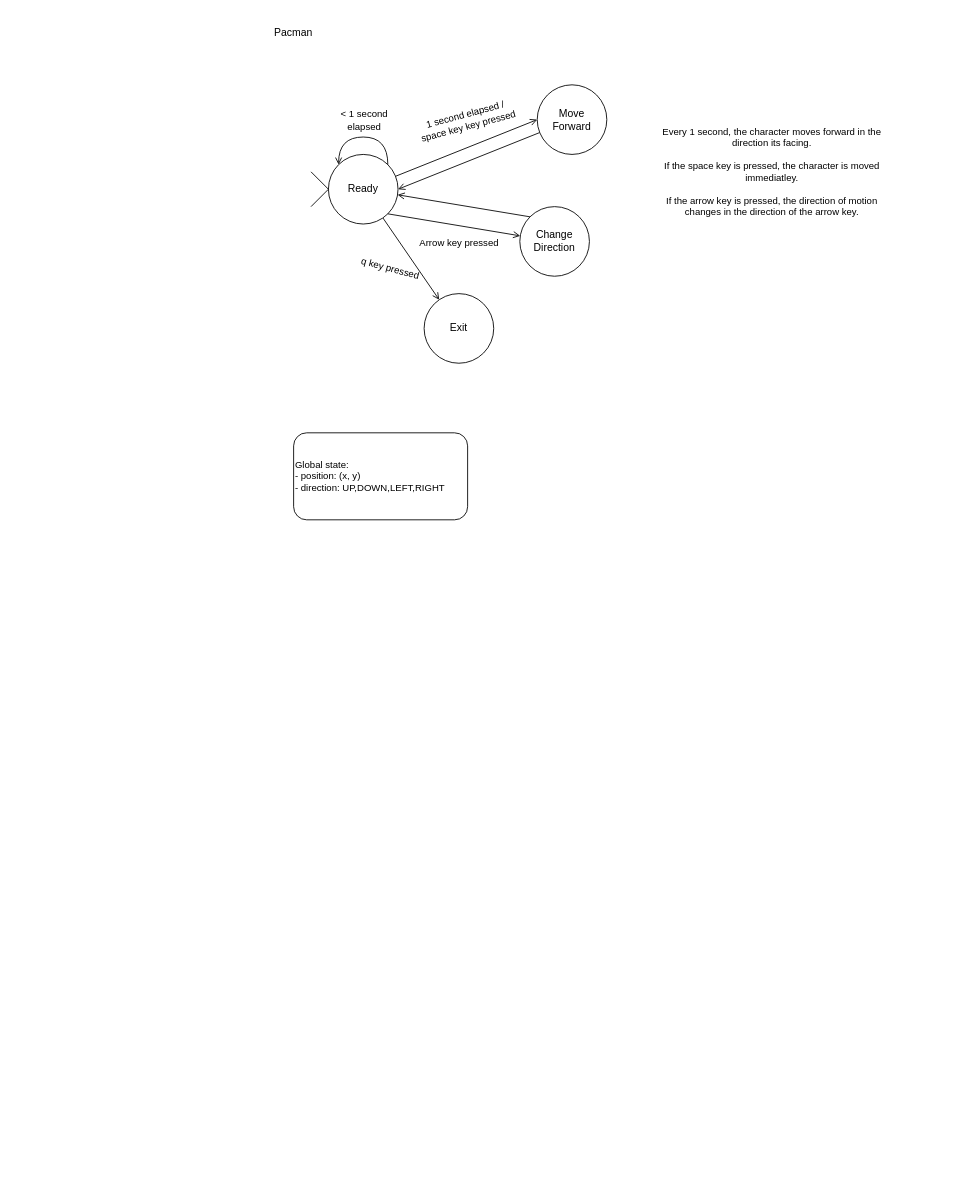
Before: State-machine.drawio in asuyer-wpi/FSM-Simulation, a draw.io diagram. Source tidied: cells renumbered, new cells numbered last; positions are measured from the earlier drawing's top-left corner, leaving out a move shared by most shapes. Both pictures are drawn from the tidied source at 87%, with x=0, y=0 at pixel (258, 15).
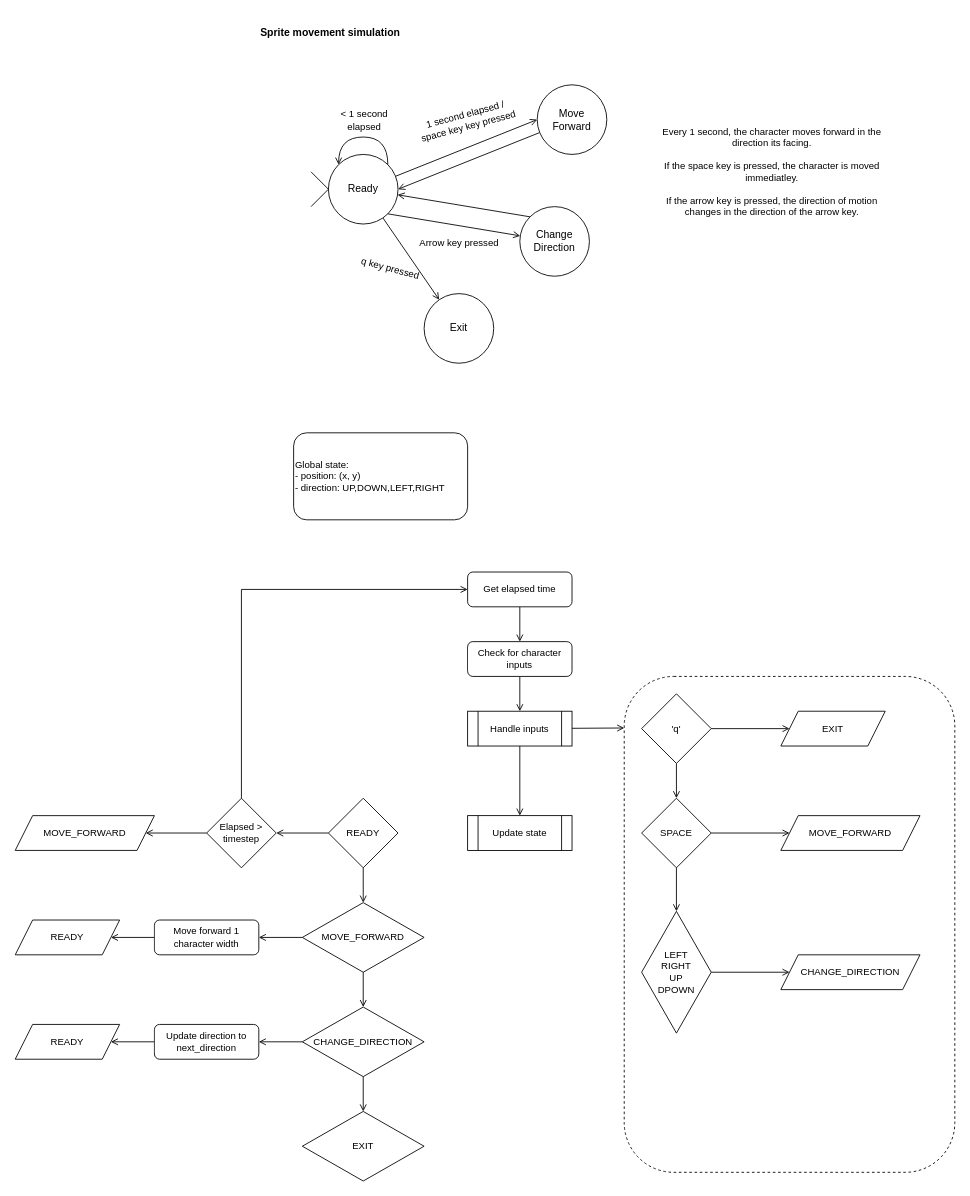
The same diagram, later.

Commit message (it also covers changes not shown here):
Made dedicated functions for handling inputs and state actions

Change to the diagram source:
```diff
@@
+    <mxCell id="21" style="rounded=1;whiteSpace=wrap;html=1;fontFamily=Helvetica;fontSize=11;fontColor=default;labelBackgroundColor=default;fillColor=none;dashed=1;" parent="1" vertex="1">
+      <mxGeometry x="420" y="760" width="380" height="570" as="geometry" />
+    </mxCell>
@@
-    <mxCell id="11" value="Pacman" style="text;strokeColor=none;align=center;fillColor=none;html=1;verticalAlign=middle;whiteSpace=wrap;rounded=0;" parent="1" vertex="1">
-      <mxGeometry width="80" height="40" as="geometry" />
+    <mxCell id="11" value="Sprite movement simulation" style="text;strokeColor=none;align=left;fillColor=none;html=1;verticalAlign=middle;whiteSpace=wrap;rounded=0;fontStyle=1;" parent="1" vertex="1">
+      <mxGeometry width="330" height="40" as="geometry" />
     </mxCell>
@@
+    <mxCell id="22" style="edgeStyle=none;shape=connector;rounded=0;jettySize=auto;html=1;strokeColor=default;align=center;verticalAlign=middle;fontFamily=Helvetica;fontSize=11;fontColor=default;labelBackgroundColor=default;endArrow=open;endFill=0;" parent="1" edge="1" source="23" target="25">
+      <mxGeometry relative="1" as="geometry" />
+    </mxCell>
+    <mxCell id="23" value="Get elapsed time" style="rounded=1;whiteSpace=wrap;html=1;fontFamily=Helvetica;fontSize=11;fontColor=default;labelBackgroundColor=default;" parent="1" vertex="1">
+      <mxGeometry x="240" y="640" width="120" height="40" as="geometry" />
+    </mxCell>
+    <mxCell id="24" style="edgeStyle=none;shape=connector;rounded=0;jettySize=auto;html=1;strokeColor=default;align=center;verticalAlign=middle;fontFamily=Helvetica;fontSize=11;fontColor=default;labelBackgroundColor=default;endArrow=open;endFill=0;" parent="1" edge="1" source="25" target="28">
+      <mxGeometry relative="1" as="geometry" />
+    </mxCell>
+    <mxCell id="25" value="Check for character inputs" style="rounded=1;whiteSpace=wrap;html=1;fontFamily=Helvetica;fontSize=11;fontColor=default;labelBackgroundColor=default;" parent="1" vertex="1">
+      <mxGeometry x="240" y="720" width="120" height="40" as="geometry" />
+    </mxCell>
+    <mxCell id="26" style="edgeStyle=none;shape=connector;rounded=0;jettySize=auto;html=1;strokeColor=default;align=center;verticalAlign=middle;fontFamily=Helvetica;fontSize=11;fontColor=default;labelBackgroundColor=default;endArrow=open;endFill=0;entryX=0;entryY=0.104;entryDx=0;entryDy=0;entryPerimeter=0;" parent="1" edge="1" source="28" target="21">
+      <mxGeometry relative="1" as="geometry" />
+    </mxCell>
+    <mxCell id="27" style="edgeStyle=none;shape=connector;rounded=0;jettySize=auto;html=1;strokeColor=default;align=center;verticalAlign=middle;fontFamily=Helvetica;fontSize=11;fontColor=default;labelBackgroundColor=default;endArrow=open;endFill=0;" parent="1" edge="1" source="28" target="40">
+      <mxGeometry relative="1" as="geometry" />
+    </mxCell>
+    <mxCell id="28" value="Handle inputs" style="shape=process;whiteSpace=wrap;html=1;backgroundOutline=1;fontFamily=Helvetica;fontSize=11;fontColor=default;labelBackgroundColor=default;" parent="1" vertex="1">
+      <mxGeometry x="240" y="800" width="120" height="40" as="geometry" />
+    </mxCell>
+    <mxCell id="29" style="edgeStyle=none;shape=connector;rounded=0;jettySize=auto;html=1;strokeColor=default;align=center;verticalAlign=middle;fontFamily=Helvetica;fontSize=11;fontColor=default;labelBackgroundColor=default;endArrow=open;endFill=0;" parent="1" edge="1" source="31" target="32">
+      <mxGeometry relative="1" as="geometry" />
+    </mxCell>
+    <mxCell id="30" style="edgeStyle=none;shape=connector;rounded=0;jettySize=auto;html=1;strokeColor=default;align=center;verticalAlign=middle;fontFamily=Helvetica;fontSize=11;fontColor=default;labelBackgroundColor=default;endArrow=open;endFill=0;" parent="1" edge="1" source="31" target="35">
+      <mxGeometry relative="1" as="geometry" />
+    </mxCell>
+    <mxCell id="31" value="'q'" style="rhombus;whiteSpace=wrap;html=1;fontFamily=Helvetica;fontSize=11;fontColor=default;labelBackgroundColor=default;" parent="1" vertex="1">
+      <mxGeometry x="440" y="780" width="80" height="80" as="geometry" />
+    </mxCell>
+    <mxCell id="32" value="EXIT" style="shape=parallelogram;perimeter=parallelogramPerimeter;whiteSpace=wrap;html=1;fixedSize=1;fontFamily=Helvetica;fontSize=11;fontColor=default;labelBackgroundColor=default;" parent="1" vertex="1">
+      <mxGeometry x="600" y="800" width="120" height="40" as="geometry" />
+    </mxCell>
+    <mxCell id="33" style="edgeStyle=none;shape=connector;rounded=0;jettySize=auto;html=1;strokeColor=default;align=center;verticalAlign=middle;fontFamily=Helvetica;fontSize=11;fontColor=default;labelBackgroundColor=default;endArrow=open;endFill=0;" parent="1" edge="1" source="35" target="36">
+      <mxGeometry relative="1" as="geometry" />
+    </mxCell>
+    <mxCell id="34" style="edgeStyle=none;shape=connector;rounded=0;jettySize=auto;html=1;strokeColor=default;align=center;verticalAlign=middle;fontFamily=Helvetica;fontSize=11;fontColor=default;labelBackgroundColor=default;endArrow=open;endFill=0;" parent="1" edge="1" source="35" target="38">
+      <mxGeometry relative="1" as="geometry" />
+    </mxCell>
+    <mxCell id="35" value="SPACE" style="rhombus;whiteSpace=wrap;html=1;fontFamily=Helvetica;fontSize=11;fontColor=default;labelBackgroundColor=default;" parent="1" vertex="1">
+      <mxGeometry x="440" y="900" width="80" height="80" as="geometry" />
+    </mxCell>
+    <mxCell id="36" value="MOVE_FORWARD" style="shape=parallelogram;perimeter=parallelogramPerimeter;whiteSpace=wrap;html=1;fixedSize=1;fontFamily=Helvetica;fontSize=11;fontColor=default;labelBackgroundColor=default;" parent="1" vertex="1">
+      <mxGeometry x="600" y="920" width="160" height="40" as="geometry" />
+    </mxCell>
+    <mxCell id="37" style="edgeStyle=none;shape=connector;rounded=0;jettySize=auto;html=1;strokeColor=default;align=center;verticalAlign=middle;fontFamily=Helvetica;fontSize=11;fontColor=default;labelBackgroundColor=default;endArrow=open;endFill=0;" parent="1" edge="1" source="38" target="39">
+      <mxGeometry relative="1" as="geometry" />
+    </mxCell>
+    <mxCell id="38" value="LEFT&lt;div&gt;RIGHT&lt;br&gt;UP&lt;br&gt;DPOWN&lt;/div&gt;" style="rhombus;whiteSpace=wrap;html=1;fontFamily=Helvetica;fontSize=11;fontColor=default;labelBackgroundColor=default;" parent="1" vertex="1">
+      <mxGeometry x="440" y="1030" width="80" height="140" as="geometry" />
+    </mxCell>
+    <mxCell id="39" value="CHANGE_DIRECTION" style="shape=parallelogram;perimeter=parallelogramPerimeter;whiteSpace=wrap;html=1;fixedSize=1;fontFamily=Helvetica;fontSize=11;fontColor=default;labelBackgroundColor=default;" parent="1" vertex="1">
+      <mxGeometry x="600" y="1080" width="160" height="40" as="geometry" />
+    </mxCell>
+    <mxCell id="40" value="Update state" style="shape=process;whiteSpace=wrap;html=1;backgroundOutline=1;fontFamily=Helvetica;fontSize=11;fontColor=default;labelBackgroundColor=default;" parent="1" vertex="1">
+      <mxGeometry x="240" y="920" width="120" height="40" as="geometry" />
+    </mxCell>
+    <mxCell id="41" style="edgeStyle=none;shape=connector;rounded=0;jettySize=auto;html=1;strokeColor=default;align=center;verticalAlign=middle;fontFamily=Helvetica;fontSize=11;fontColor=default;labelBackgroundColor=default;endArrow=open;endFill=0;" parent="1" edge="1" source="43" target="46">
+      <mxGeometry relative="1" as="geometry" />
+    </mxCell>
+    <mxCell id="42" style="edgeStyle=none;shape=connector;rounded=0;jettySize=auto;html=1;strokeColor=default;align=center;verticalAlign=middle;fontFamily=Helvetica;fontSize=11;fontColor=default;labelBackgroundColor=default;endArrow=open;endFill=0;" parent="1" edge="1" source="43" target="50">
+      <mxGeometry relative="1" as="geometry" />
+    </mxCell>
+    <mxCell id="43" value="READY" style="rhombus;whiteSpace=wrap;html=1;fontFamily=Helvetica;fontSize=11;fontColor=default;labelBackgroundColor=default;" parent="1" vertex="1">
+      <mxGeometry x="80" y="900" width="80" height="80" as="geometry" />
+    </mxCell>
+    <mxCell id="44" style="edgeStyle=none;shape=connector;rounded=0;jettySize=auto;html=1;strokeColor=default;align=center;verticalAlign=middle;fontFamily=Helvetica;fontSize=11;fontColor=default;labelBackgroundColor=default;endArrow=open;endFill=0;" parent="1" edge="1" source="46" target="47">
+      <mxGeometry relative="1" as="geometry" />
+    </mxCell>
+    <mxCell id="45" style="edgeStyle=none;shape=connector;rounded=0;jettySize=auto;html=1;entryX=0;entryY=0.5;entryDx=0;entryDy=0;strokeColor=default;align=center;verticalAlign=middle;fontFamily=Helvetica;fontSize=11;fontColor=default;labelBackgroundColor=default;endArrow=open;endFill=0;" parent="1" edge="1" source="46" target="23">
+      <mxGeometry relative="1" as="geometry">
+        <Array as="points">
+          <mxPoint x="-20" y="660" />
+        </Array>
+      </mxGeometry>
+    </mxCell>
+    <mxCell id="46" value="Elapsed &amp;gt; timestep" style="rhombus;whiteSpace=wrap;html=1;fontFamily=Helvetica;fontSize=11;fontColor=default;labelBackgroundColor=none;" parent="1" vertex="1">
+      <mxGeometry x="-60" y="900" width="80" height="80" as="geometry" />
+    </mxCell>
+    <mxCell id="47" value="MOVE_FORWARD" style="shape=parallelogram;perimeter=parallelogramPerimeter;whiteSpace=wrap;html=1;fixedSize=1;fontFamily=Helvetica;fontSize=11;fontColor=default;labelBackgroundColor=default;" parent="1" vertex="1">
+      <mxGeometry x="-280" y="920" width="160" height="40" as="geometry" />
+    </mxCell>
+    <mxCell id="48" style="edgeStyle=none;shape=connector;rounded=0;jettySize=auto;html=1;strokeColor=default;align=center;verticalAlign=middle;fontFamily=Helvetica;fontSize=11;fontColor=default;labelBackgroundColor=default;endArrow=open;endFill=0;" parent="1" edge="1" source="50" target="52">
+      <mxGeometry relative="1" as="geometry" />
+    </mxCell>
+    <mxCell id="49" style="edgeStyle=none;shape=connector;rounded=0;jettySize=auto;html=1;strokeColor=default;align=center;verticalAlign=middle;fontFamily=Helvetica;fontSize=11;fontColor=default;labelBackgroundColor=default;endArrow=open;endFill=0;" parent="1" edge="1" source="50" target="56">
+      <mxGeometry relative="1" as="geometry" />
+    </mxCell>
+    <mxCell id="50" value="MOVE_FORWARD" style="rhombus;whiteSpace=wrap;html=1;fontFamily=Helvetica;fontSize=11;fontColor=default;labelBackgroundColor=default;" parent="1" vertex="1">
+      <mxGeometry x="50" y="1020" width="140" height="80" as="geometry" />
+    </mxCell>
+    <mxCell id="51" style="edgeStyle=none;shape=connector;rounded=0;jettySize=auto;html=1;strokeColor=default;align=center;verticalAlign=middle;fontFamily=Helvetica;fontSize=11;fontColor=default;labelBackgroundColor=default;endArrow=open;endFill=0;" parent="1" edge="1" source="52" target="53">
+      <mxGeometry relative="1" as="geometry" />
+    </mxCell>
+    <mxCell id="52" value="Move forward 1 character width" style="rounded=1;whiteSpace=wrap;html=1;fontFamily=Helvetica;fontSize=11;fontColor=default;labelBackgroundColor=default;" parent="1" vertex="1">
+      <mxGeometry x="-120" y="1040" width="120" height="40" as="geometry" />
+    </mxCell>
+    <mxCell id="53" value="READY" style="shape=parallelogram;perimeter=parallelogramPerimeter;whiteSpace=wrap;html=1;fixedSize=1;fontFamily=Helvetica;fontSize=11;fontColor=default;labelBackgroundColor=default;" parent="1" vertex="1">
+      <mxGeometry x="-280" y="1040" width="120" height="40" as="geometry" />
+    </mxCell>
+    <mxCell id="54" style="edgeStyle=none;shape=connector;rounded=0;jettySize=auto;html=1;strokeColor=default;align=center;verticalAlign=middle;fontFamily=Helvetica;fontSize=11;fontColor=default;labelBackgroundColor=default;endArrow=open;endFill=0;" parent="1" edge="1" source="56" target="58">
+      <mxGeometry relative="1" as="geometry" />
+    </mxCell>
+    <mxCell id="55" style="edgeStyle=none;shape=connector;rounded=0;jettySize=auto;html=1;strokeColor=default;align=center;verticalAlign=middle;fontFamily=Helvetica;fontSize=11;fontColor=default;labelBackgroundColor=default;endArrow=open;endFill=0;" parent="1" edge="1" source="56" target="60">
+      <mxGeometry relative="1" as="geometry" />
+    </mxCell>
+    <mxCell id="56" value="CHANGE_DIRECTION" style="rhombus;whiteSpace=wrap;html=1;fontFamily=Helvetica;fontSize=11;fontColor=default;labelBackgroundColor=default;" parent="1" vertex="1">
+      <mxGeometry x="50" y="1140" width="140" height="80" as="geometry" />
+    </mxCell>
+    <mxCell id="57" style="edgeStyle=none;shape=connector;rounded=0;jettySize=auto;html=1;strokeColor=default;align=center;verticalAlign=middle;fontFamily=Helvetica;fontSize=11;fontColor=default;labelBackgroundColor=default;endArrow=open;endFill=0;" parent="1" edge="1" source="58" target="59">
+      <mxGeometry relative="1" as="geometry" />
+    </mxCell>
+    <mxCell id="58" value="Update direction to next_direction" style="rounded=1;whiteSpace=wrap;html=1;fontFamily=Helvetica;fontSize=11;fontColor=default;labelBackgroundColor=default;" parent="1" vertex="1">
+      <mxGeometry x="-120" y="1160" width="120" height="40" as="geometry" />
+    </mxCell>
+    <mxCell id="59" value="READY" style="shape=parallelogram;perimeter=parallelogramPerimeter;whiteSpace=wrap;html=1;fixedSize=1;fontFamily=Helvetica;fontSize=11;fontColor=default;labelBackgroundColor=default;" parent="1" vertex="1">
+      <mxGeometry x="-280" y="1160" width="120" height="40" as="geometry" />
+    </mxCell>
+    <mxCell id="60" value="EXIT" style="rhombus;whiteSpace=wrap;html=1;fontFamily=Helvetica;fontSize=11;fontColor=default;labelBackgroundColor=default;" parent="1" vertex="1">
+      <mxGeometry x="50" y="1260" width="140" height="80" as="geometry" />
+    </mxCell>
```
